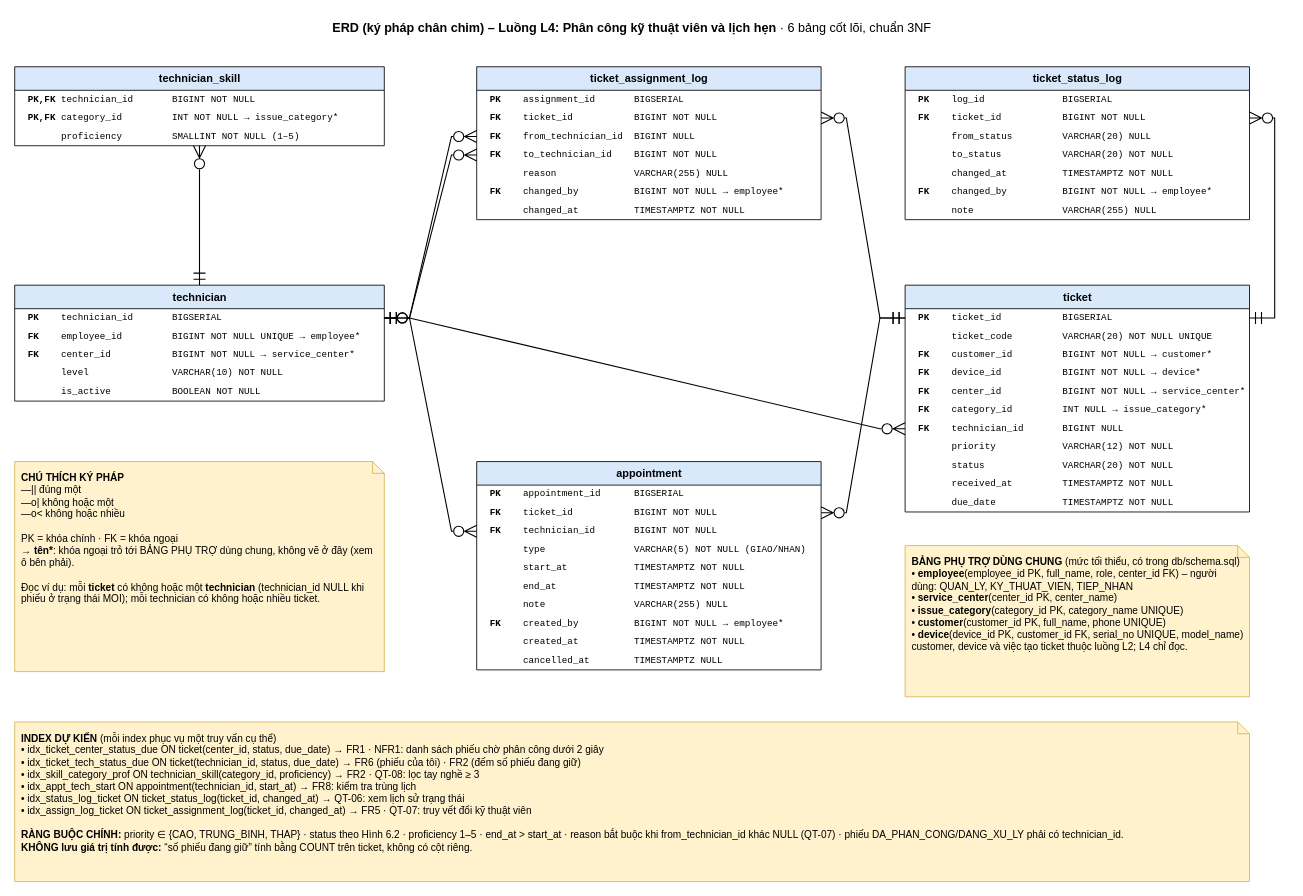
WangTWang/cdtn1-tranquocvuong-l4 keeps this draw.io diagram as docs/erd.drawio. Above is the earlier version. Source tidied: cells renumbered, new cells numbered last; positions are measured from the earlier drawing's top-left corner, leaving out a move shared by most shapes. Both pictures are drawn from the tidied source at 84%, with x=0, y=0 at pixel (14, 14).
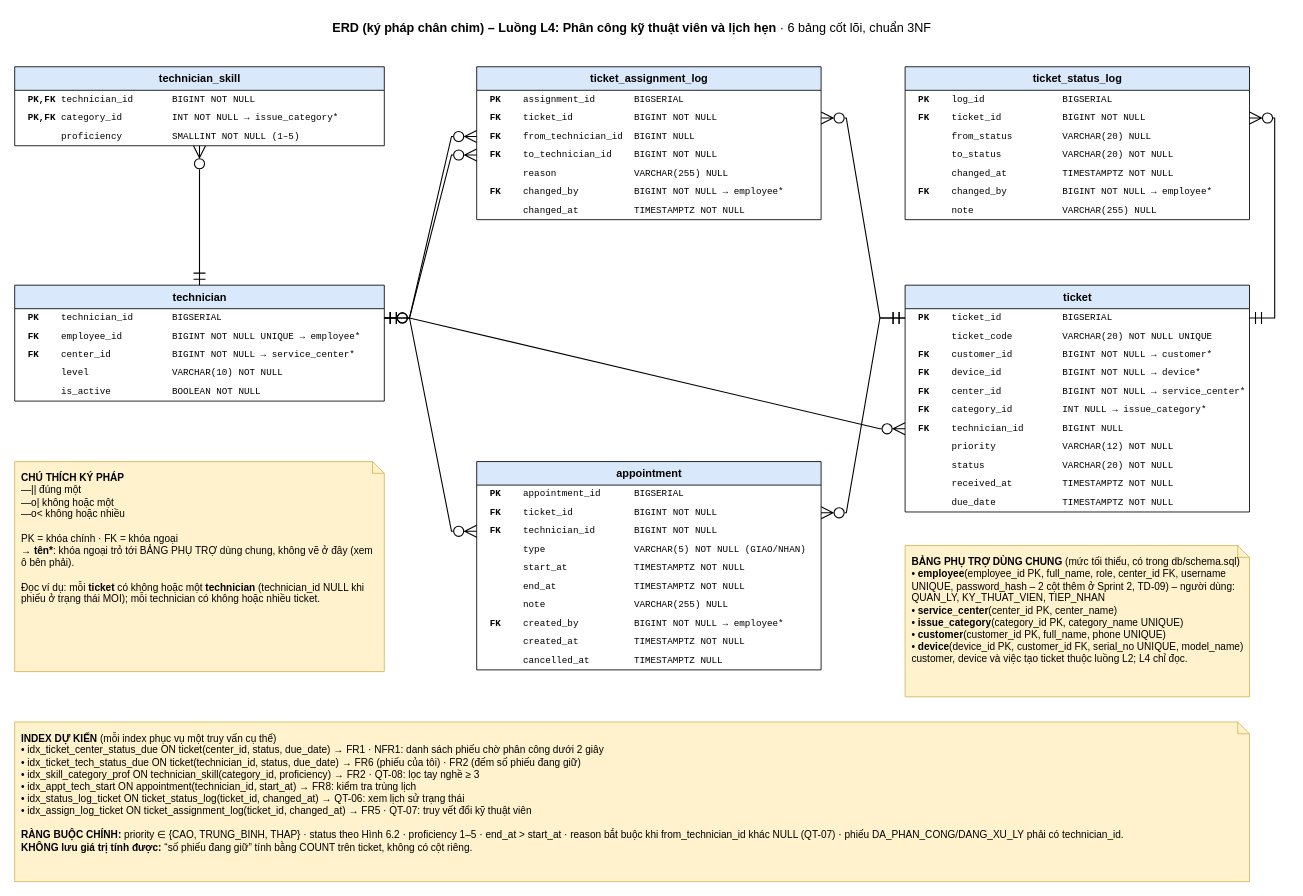
The same page after the edit.

The edit, as a diff of the source:
```diff
@@
-    <mxCell id="61" value="&lt;b&gt;BẢNG PHỤ TRỢ DÙNG CHUNG&lt;/b&gt; (mức tối thiểu, có trong db/schema.sql)&lt;br&gt;• &lt;b&gt;employee&lt;/b&gt;(employee_id PK, full_name, role, center_id FK) – người dùng: QUAN_LY, KY_THUAT_VIEN, TIEP_NHAN&lt;br&gt;• &lt;b&gt;service_center&lt;/b&gt;(center_id PK, center_name)&lt;br&gt;• &lt;b&gt;issue_category&lt;/b&gt;(category_id PK, category_name UNIQUE)&lt;br&gt;• &lt;b&gt;customer&lt;/b&gt;(customer_id PK, full_name, phone UNIQUE)&lt;br&gt;• &lt;b&gt;device&lt;/b&gt;(device_id PK, customer_id FK, serial_no UNIQUE, model_name)&lt;br&gt;customer, device và việc tạo ticket thuộc luồng L2; L4 chỉ đọc." style="shape=note;whiteSpace=wrap;html=1;backgroundOutline=1;size=14;align=left;verticalAlign=top;spacing=8;fontSize=12;fillColor=#fff2cc;strokeColor=#d6b656;" parent="1" vertex="1">
+    <mxCell id="61" value="&lt;b&gt;BẢNG PHỤ TRỢ DÙNG CHUNG&lt;/b&gt; (mức tối thiểu, có trong db/schema.sql)&lt;br&gt;• &lt;b&gt;employee&lt;/b&gt;(employee_id PK, full_name, role, center_id FK, username UNIQUE, password_hash – 2 cột thêm ở Sprint 2, TD-09) – người dùng: QUAN_LY, KY_THUAT_VIEN, TIEP_NHAN&lt;br&gt;• &lt;b&gt;service_center&lt;/b&gt;(center_id PK, center_name)&lt;br&gt;• &lt;b&gt;issue_category&lt;/b&gt;(category_id PK, category_name UNIQUE)&lt;br&gt;• &lt;b&gt;customer&lt;/b&gt;(customer_id PK, full_name, phone UNIQUE)&lt;br&gt;• &lt;b&gt;device&lt;/b&gt;(device_id PK, customer_id FK, serial_no UNIQUE, model_name)&lt;br&gt;customer, device và việc tạo ticket thuộc luồng L2; L4 chỉ đọc." style="shape=note;whiteSpace=wrap;html=1;backgroundOutline=1;size=14;align=left;verticalAlign=top;spacing=8;fontSize=12;fillColor=#fff2cc;strokeColor=#d6b656;" parent="1" vertex="1">
       <mxGeometry x="1060" y="632" width="410" height="180" as="geometry" />
     </mxCell>
```
